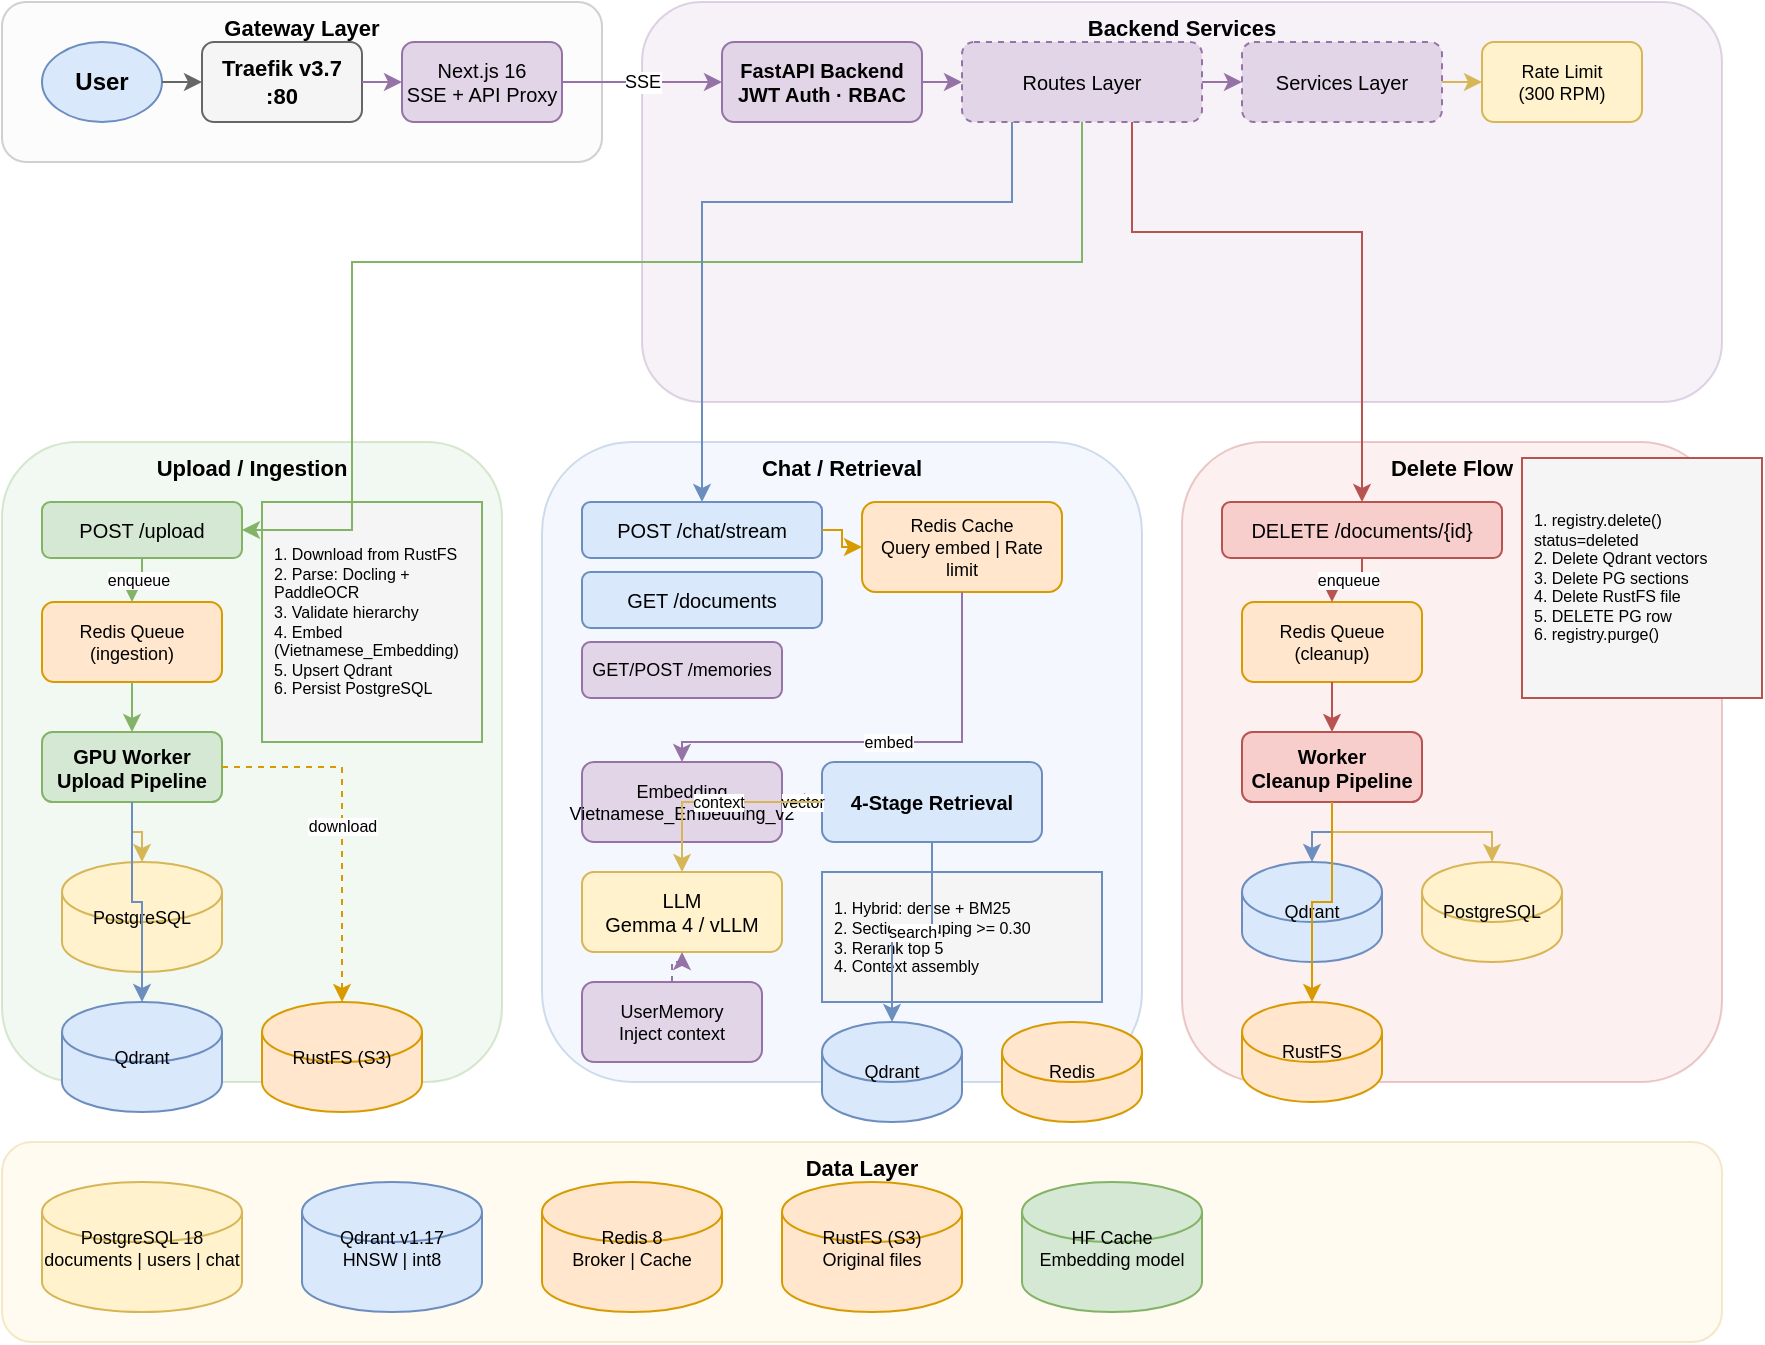
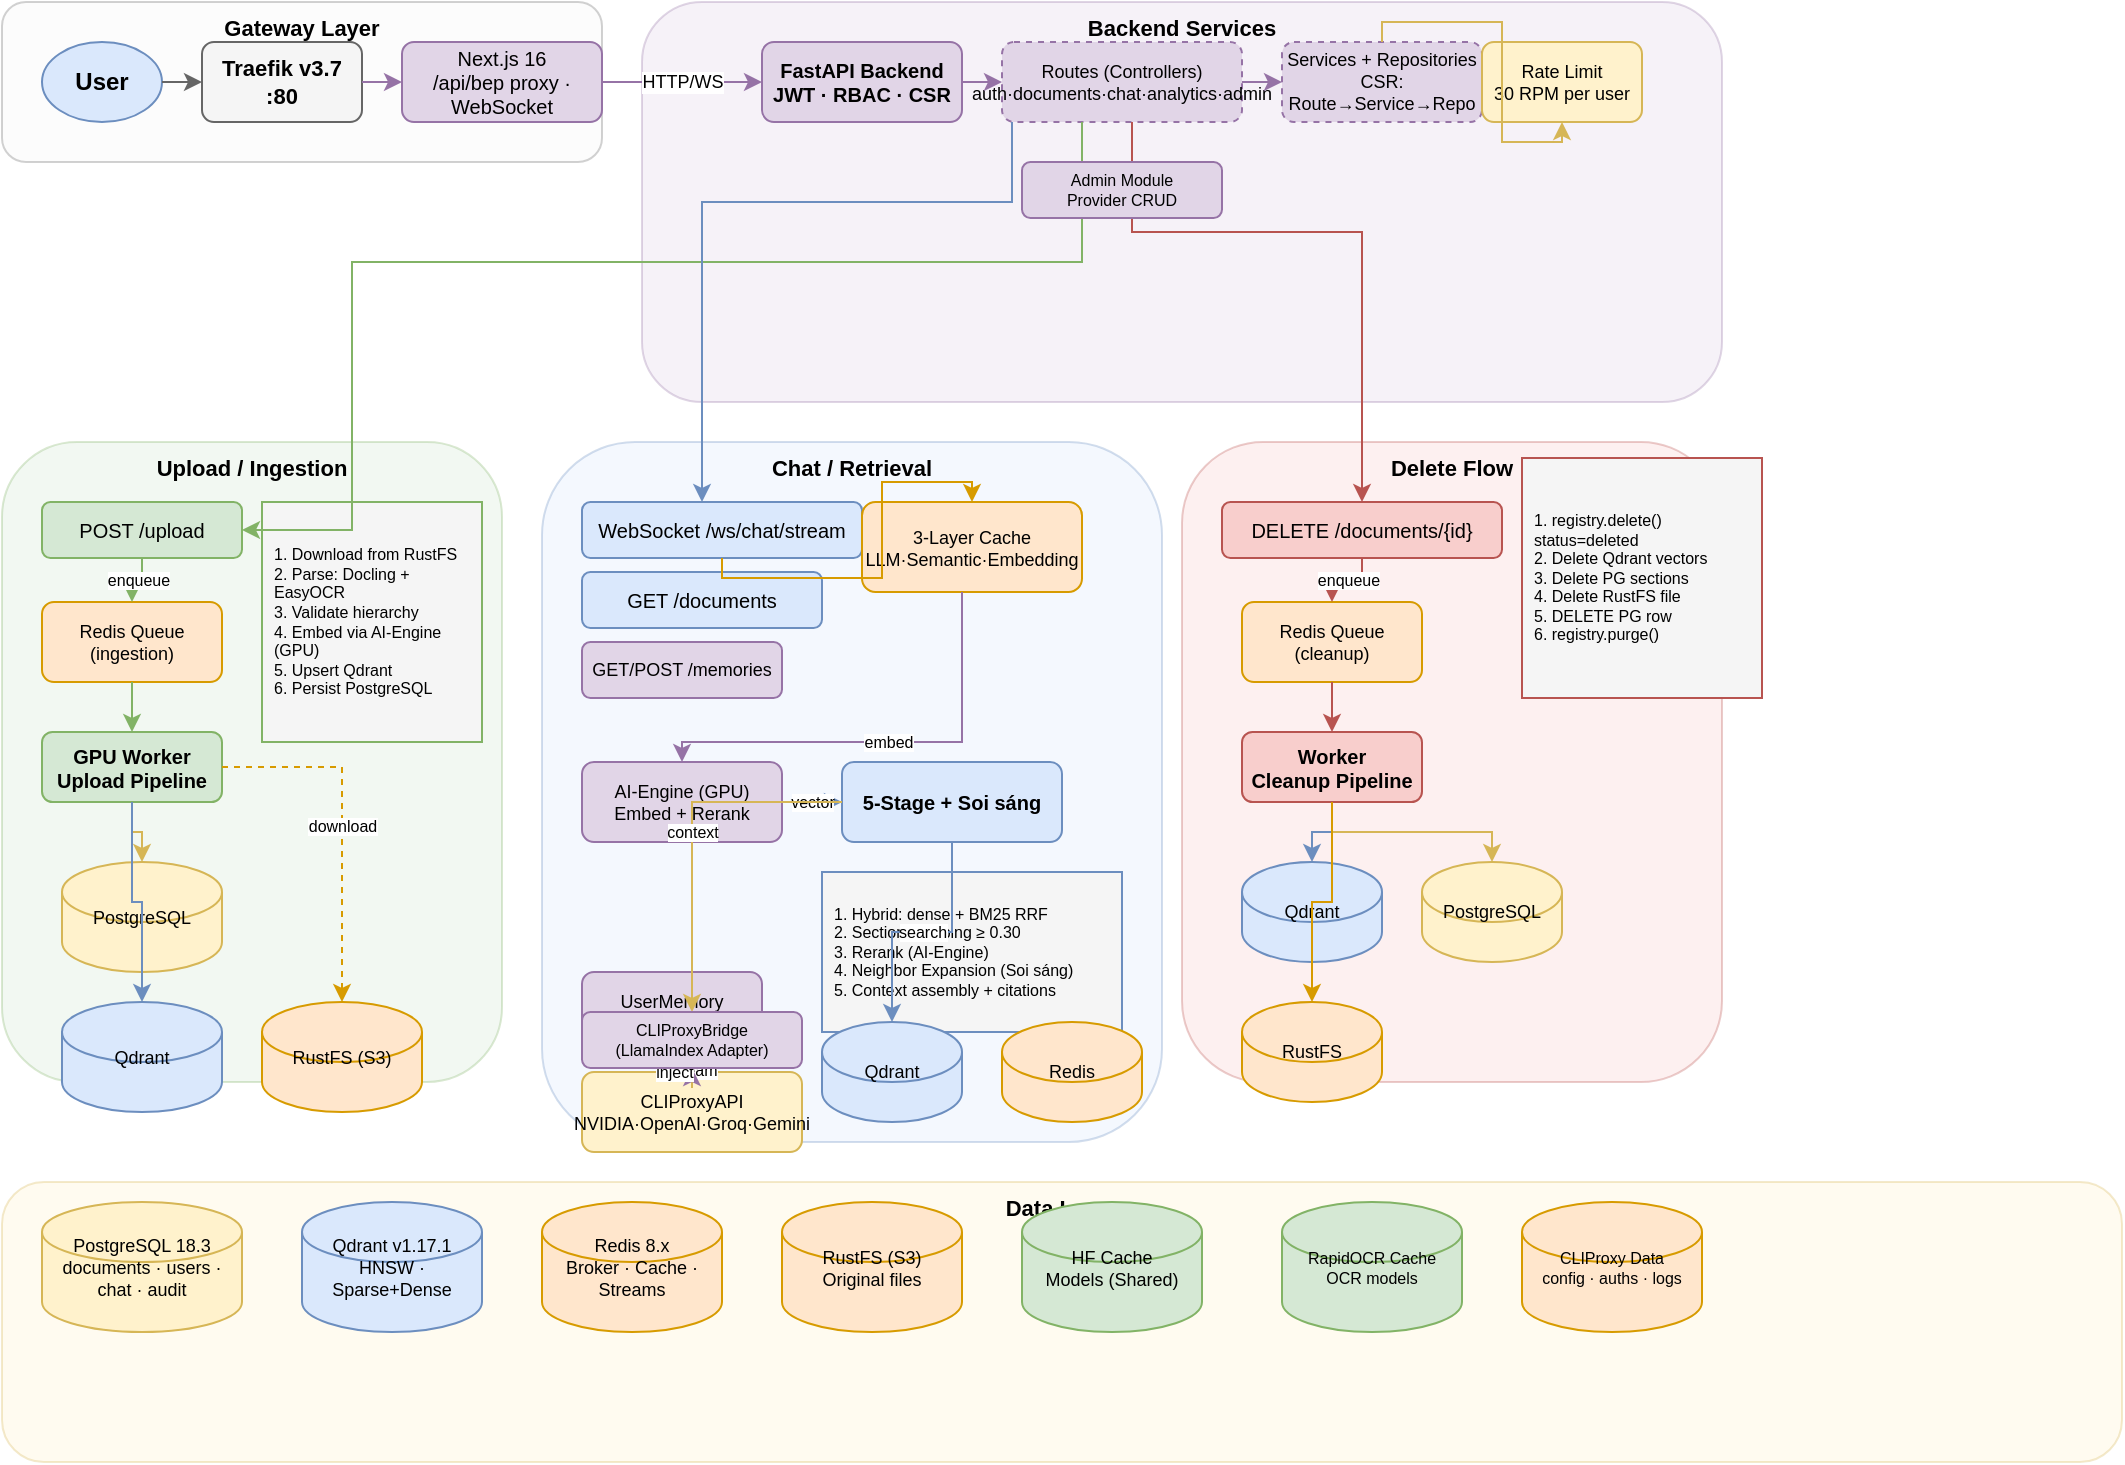
<mxfile host="65bd71144e">
    <diagram name="chatbot-rag Architecture" id="main">
        <mxGraphModel dx="964" dy="573" grid="1" gridSize="15" guides="1" tooltips="1" connect="1" arrows="1" fold="1" page="1" pageScale="1" pageWidth="1200" pageHeight="800" math="0" shadow="0">
            <root>
                <mxCell id="0"/>
                <mxCell id="1" parent="0"/>
                <mxCell id="zone_gateway" value="Gateway Layer" style="rounded=1;whiteSpace=wrap;html=1;fillColor=#f5f5f5;strokeColor=#666666;opacity=30;fontSize=11;fontStyle=1;verticalAlign=top;" parent="1" vertex="1">
                    <mxGeometry x="20" y="20" width="300" height="80" as="geometry"/>
                </mxCell>
                <mxCell id="zone_backend" value="Backend Services" style="rounded=1;whiteSpace=wrap;html=1;fillColor=#e1d5e7;strokeColor=#9673a6;opacity=30;fontSize=11;fontStyle=1;verticalAlign=top;" parent="1" vertex="1">
                    <mxGeometry x="340" y="20" width="540" height="200" as="geometry"/>
                </mxCell>
                <mxCell id="zone_ingestion" value="Upload / Ingestion" style="rounded=1;whiteSpace=wrap;html=1;fillColor=#d5e8d4;strokeColor=#82b366;opacity=30;fontSize=11;fontStyle=1;verticalAlign=top;" parent="1" vertex="1">
                    <mxGeometry x="20" y="240" width="250" height="320" as="geometry"/>
                </mxCell>
                <mxCell id="zone_chat" value="Chat / Retrieval" style="rounded=1;whiteSpace=wrap;html=1;fillColor=#dae8fc;strokeColor=#6c8ebf;opacity=30;fontSize=11;fontStyle=1;verticalAlign=top;" parent="1" vertex="1">
-                     <mxGeometry x="290" y="240" width="300" height="320" as="geometry"/>
+                     <mxGeometry x="290" y="240" width="310" height="350" as="geometry"/>
                </mxCell>
                <mxCell id="zone_delete" value="Delete Flow" style="rounded=1;whiteSpace=wrap;html=1;fillColor=#f8cecc;strokeColor=#b85450;opacity=30;fontSize=11;fontStyle=1;verticalAlign=top;" parent="1" vertex="1">
                    <mxGeometry x="610" y="240" width="270" height="320" as="geometry"/>
                </mxCell>
                <mxCell id="zone_data" value="Data Layer" style="rounded=1;whiteSpace=wrap;html=1;fillColor=#fff2cc;strokeColor=#d6b656;opacity=30;fontSize=11;fontStyle=1;verticalAlign=top;" parent="1" vertex="1">
-                     <mxGeometry x="20" y="590" width="860" height="100" as="geometry"/>
+                     <mxGeometry x="20" y="610" width="1060" height="140" as="geometry"/>
                </mxCell>
                <mxCell id="user" value="User" style="ellipse;whiteSpace=wrap;html=1;fillColor=#dae8fc;strokeColor=#6c8ebf;fontStyle=1;fontSize=12;" parent="1" vertex="1">
                    <mxGeometry x="40" y="40" width="60" height="40" as="geometry"/>
                </mxCell>
                <mxCell id="traefik" value="Traefik v3.7 :80" style="rounded=1;whiteSpace=wrap;html=1;fillColor=#f5f5f5;strokeColor=#666666;fontStyle=1;fontSize=11;" parent="1" vertex="1">
                    <mxGeometry x="120" y="40" width="80" height="40" as="geometry"/>
                </mxCell>
-                 <mxCell id="nextjs" value="Next.js 16&#xa;SSE + API Proxy" style="rounded=1;whiteSpace=wrap;html=1;fillColor=#e1d5e7;strokeColor=#9673a6;fontSize=10;" parent="1" vertex="1">
-                     <mxGeometry x="220" y="40" width="80" height="40" as="geometry"/>
-                 </mxCell>
-                 <mxCell id="api" value="FastAPI Backend&#xa;JWT Auth · RBAC" style="rounded=1;whiteSpace=wrap;html=1;fillColor=#e1d5e7;strokeColor=#9673a6;fontStyle=1;fontSize=10;" parent="1" vertex="1">
-                     <mxGeometry x="380" y="40" width="100" height="40" as="geometry"/>
-                 </mxCell>
-                 <mxCell id="routes" value="Routes Layer" style="rounded=1;whiteSpace=wrap;html=1;fillColor=#e1d5e7;strokeColor=#9673a6;fontSize=10;dashed=1;" parent="1" vertex="1">
-                     <mxGeometry x="500" y="40" width="120" height="40" as="geometry"/>
-                 </mxCell>
-                 <mxCell id="services" value="Services Layer" style="rounded=1;whiteSpace=wrap;html=1;fillColor=#e1d5e7;strokeColor=#9673a6;fontSize=10;dashed=1;" parent="1" vertex="1">
-                     <mxGeometry x="640" y="40" width="100" height="40" as="geometry"/>
-                 </mxCell>
-                 <mxCell id="rate_limit" value="Rate Limit&#xa;(300 RPM)" style="rounded=1;whiteSpace=wrap;html=1;fillColor=#fff2cc;strokeColor=#d6b656;fontSize=9;" parent="1" vertex="1">
+                 <mxCell id="nextjs" value="Next.js 16&#xa;/api/bep proxy · WebSocket" style="rounded=1;whiteSpace=wrap;html=1;fillColor=#e1d5e7;strokeColor=#9673a6;fontSize=10;" parent="1" vertex="1">
+                     <mxGeometry x="220" y="40" width="100" height="40" as="geometry"/>
+                 </mxCell>
+                 <mxCell id="api" value="FastAPI Backend&#xa;JWT · RBAC · CSR" style="rounded=1;whiteSpace=wrap;html=1;fillColor=#e1d5e7;strokeColor=#9673a6;fontStyle=1;fontSize=10;" parent="1" vertex="1">
+                     <mxGeometry x="400" y="40" width="100" height="40" as="geometry"/>
+                 </mxCell>
+                 <mxCell id="routes" value="Routes (Controllers)&#xa;auth·documents·chat·analytics·admin" style="rounded=1;whiteSpace=wrap;html=1;fillColor=#e1d5e7;strokeColor=#9673a6;fontSize=9;dashed=1;" parent="1" vertex="1">
+                     <mxGeometry x="520" y="40" width="120" height="40" as="geometry"/>
+                 </mxCell>
+                 <mxCell id="services" value="Services + Repositories&#xa;CSR: Route→Service→Repo" style="rounded=1;whiteSpace=wrap;html=1;fillColor=#e1d5e7;strokeColor=#9673a6;fontSize=9;dashed=1;" parent="1" vertex="1">
+                     <mxGeometry x="660" y="40" width="100" height="40" as="geometry"/>
+                 </mxCell>
+                 <mxCell id="rate_limit" value="Rate Limit&#xa;30 RPM per user" style="rounded=1;whiteSpace=wrap;html=1;fillColor=#fff2cc;strokeColor=#d6b656;fontSize=9;" parent="1" vertex="1">
                    <mxGeometry x="760" y="40" width="80" height="40" as="geometry"/>
                </mxCell>
                <mxCell id="r_upload" value="POST /upload" style="rounded=1;whiteSpace=wrap;html=1;fillColor=#d5e8d4;strokeColor=#82b366;fontSize=10;" parent="1" vertex="1">
                    <mxGeometry x="40" y="270" width="100" height="28" as="geometry"/>
                </mxCell>
                <mxCell id="q_ing" value="Redis Queue&#xa;(ingestion)" style="rounded=1;whiteSpace=wrap;html=1;fillColor=#ffe6cc;strokeColor=#d79b00;fontSize=9;" parent="1" vertex="1">
                    <mxGeometry x="40" y="320" width="90" height="40" as="geometry"/>
                </mxCell>
                <mxCell id="w_ing" value="GPU Worker&#xa;Upload Pipeline" style="rounded=1;whiteSpace=wrap;html=1;fillColor=#d5e8d4;strokeColor=#82b366;fontStyle=1;fontSize=10;" parent="1" vertex="1">
                    <mxGeometry x="40" y="385" width="90" height="35" as="geometry"/>
                </mxCell>
-                 <mxCell id="ing_steps" value="1. Download from RustFS&#xa;2. Parse: Docling + PaddleOCR&#xa;3. Validate hierarchy&#xa;4. Embed (Vietnamese_Embedding)&#xa;5. Upsert Qdrant&#xa;6. Persist PostgreSQL" style="rounded=0;whiteSpace=wrap;html=1;fillColor=#f5f5f5;strokeColor=#82b366;fontSize=8;align=left;spacingLeft=4;" parent="1" vertex="1">
+                 <mxCell id="ing_steps" value="1. Download from RustFS&#xa;2. Parse: Docling + EasyOCR&#xa;3. Validate hierarchy&#xa;4. Embed via AI-Engine (GPU)&#xa;5. Upsert Qdrant&#xa;6. Persist PostgreSQL" style="rounded=0;whiteSpace=wrap;html=1;fillColor=#f5f5f5;strokeColor=#82b366;fontSize=8;align=left;spacingLeft=4;" parent="1" vertex="1">
                    <mxGeometry x="150" y="270" width="110" height="120" as="geometry"/>
                </mxCell>
                <mxCell id="pg_ing" value="PostgreSQL" style="shape=cylinder3;whiteSpace=wrap;html=1;fillColor=#fff2cc;strokeColor=#d6b656;fontSize=9;" parent="1" vertex="1">
                    <mxGeometry x="50" y="450" width="80" height="55" as="geometry"/>
                </mxCell>
                <mxCell id="qdrant_ing" value="Qdrant" style="shape=cylinder3;whiteSpace=wrap;html=1;fillColor=#dae8fc;strokeColor=#6c8ebf;fontSize=9;" parent="1" vertex="1">
                    <mxGeometry x="50" y="520" width="80" height="55" as="geometry"/>
                </mxCell>
                <mxCell id="rustfs_ing" value="RustFS (S3)" style="shape=cylinder3;whiteSpace=wrap;html=1;fillColor=#ffe6cc;strokeColor=#d79b00;fontSize=9;" parent="1" vertex="1">
                    <mxGeometry x="150" y="520" width="80" height="55" as="geometry"/>
                </mxCell>
-                 <mxCell id="r_chat" value="POST /chat/stream" style="rounded=1;whiteSpace=wrap;html=1;fillColor=#dae8fc;strokeColor=#6c8ebf;fontSize=10;" parent="1" vertex="1">
-                     <mxGeometry x="310" y="270" width="120" height="28" as="geometry"/>
+                 <mxCell id="r_chat" value="WebSocket /ws/chat/stream" style="rounded=1;whiteSpace=wrap;html=1;fillColor=#dae8fc;strokeColor=#6c8ebf;fontSize=10;" parent="1" vertex="1">
+                     <mxGeometry x="310" y="270" width="140" height="28" as="geometry"/>
                </mxCell>
                <mxCell id="r_docs" value="GET /documents" style="rounded=1;whiteSpace=wrap;html=1;fillColor=#dae8fc;strokeColor=#6c8ebf;fontSize=10;" parent="1" vertex="1">
                    <mxGeometry x="310" y="305" width="120" height="28" as="geometry"/>
                </mxCell>
                <mxCell id="r_memories" value="GET/POST /memories" style="rounded=1;whiteSpace=wrap;html=1;fillColor=#e1d5e7;strokeColor=#9673a6;fontSize=9;" parent="1" vertex="1">
                    <mxGeometry x="310" y="340" width="100" height="28" as="geometry"/>
                </mxCell>
-                 <mxCell id="redis_cache" value="Redis Cache&#xa;Query embed | Rate limit" style="rounded=1;whiteSpace=wrap;html=1;fillColor=#ffe6cc;strokeColor=#d79b00;fontSize=9;" parent="1" vertex="1">
-                     <mxGeometry x="450" y="270" width="100" height="45" as="geometry"/>
-                 </mxCell>
-                 <mxCell id="embedding" value="Embedding&#xa;Vietnamese_Embedding_v2" style="rounded=1;whiteSpace=wrap;html=1;fillColor=#e1d5e7;strokeColor=#9673a6;fontSize=9;" parent="1" vertex="1">
+                 <mxCell id="redis_cache" value="3-Layer Cache&#xa;LLM·Semantic·Embedding" style="rounded=1;whiteSpace=wrap;html=1;fillColor=#ffe6cc;strokeColor=#d79b00;fontSize=9;" parent="1" vertex="1">
+                     <mxGeometry x="450" y="270" width="110" height="45" as="geometry"/>
+                 </mxCell>
+                 <mxCell id="embedding" value="AI-Engine (GPU)&#xa;Embed + Rerank" style="rounded=1;whiteSpace=wrap;html=1;fillColor=#e1d5e7;strokeColor=#9673a6;fontSize=9;" parent="1" vertex="1">
                    <mxGeometry x="310" y="400" width="100" height="40" as="geometry"/>
                </mxCell>
-                 <mxCell id="retrieval" value="4-Stage Retrieval" style="rounded=1;whiteSpace=wrap;html=1;fillColor=#dae8fc;strokeColor=#6c8ebf;fontStyle=1;fontSize=10;" parent="1" vertex="1">
-                     <mxGeometry x="430" y="400" width="110" height="40" as="geometry"/>
-                 </mxCell>
-                 <mxCell id="ret_steps" value="1. Hybrid: dense + BM25&#xa;2. Section grouping &gt;= 0.30&#xa;3. Rerank top 5&#xa;4. Context assembly" style="rounded=0;whiteSpace=wrap;html=1;fillColor=#f5f5f5;strokeColor=#6c8ebf;fontSize=8;align=left;spacingLeft=4;" parent="1" vertex="1">
-                     <mxGeometry x="430" y="455" width="140" height="65" as="geometry"/>
-                 </mxCell>
-                 <mxCell id="llm" value="LLM&#xa;Gemma 4 / vLLM" style="rounded=1;whiteSpace=wrap;html=1;fillColor=#fff2cc;strokeColor=#d6b656;fontSize=10;" parent="1" vertex="1">
-                     <mxGeometry x="310" y="455" width="100" height="40" as="geometry"/>
+                 <mxCell id="retrieval" value="5-Stage + Soi sáng" style="rounded=1;whiteSpace=wrap;html=1;fillColor=#dae8fc;strokeColor=#6c8ebf;fontStyle=1;fontSize=10;" parent="1" vertex="1">
+                     <mxGeometry x="440" y="400" width="110" height="40" as="geometry"/>
+                 </mxCell>
+                 <mxCell id="ret_steps" value="1. Hybrid: dense + BM25 RRF&#xa;2. Section grouping ≥ 0.30&#xa;3. Rerank (AI-Engine)&#xa;4. Neighbor Expansion (Soi sáng)&#xa;5. Context assembly + citations" style="rounded=0;whiteSpace=wrap;html=1;fillColor=#f5f5f5;strokeColor=#6c8ebf;fontSize=8;align=left;spacingLeft=4;" parent="1" vertex="1">
+                     <mxGeometry x="430" y="455" width="150" height="80" as="geometry"/>
+                 </mxCell>
+                 <mxCell id="llm" value="CLIProxyAPI&#xa;NVIDIA·OpenAI·Groq·Gemini" style="rounded=1;whiteSpace=wrap;html=1;fillColor=#fff2cc;strokeColor=#d6b656;fontSize=9;" parent="1" vertex="1">
+                     <mxGeometry x="310" y="555" width="110" height="40" as="geometry"/>
                </mxCell>
                <mxCell id="memory_svc" value="UserMemory&#xa;Inject context" style="rounded=1;whiteSpace=wrap;html=1;fillColor=#e1d5e7;strokeColor=#9673a6;fontSize=9;" parent="1" vertex="1">
-                     <mxGeometry x="310" y="510" width="90" height="40" as="geometry"/>
+                     <mxGeometry x="310" y="505" width="90" height="40" as="geometry"/>
                </mxCell>
                <mxCell id="qdrant_chat" value="Qdrant" style="shape=cylinder3;whiteSpace=wrap;html=1;fillColor=#dae8fc;strokeColor=#6c8ebf;fontSize=9;" parent="1" vertex="1">
                    <mxGeometry x="430" y="530" width="70" height="50" as="geometry"/>
                </mxCell>
                <mxCell id="redis_chat" value="Redis" style="shape=cylinder3;whiteSpace=wrap;html=1;fillColor=#ffe6cc;strokeColor=#d79b00;fontSize=9;" parent="1" vertex="1">
                    <mxGeometry x="520" y="530" width="70" height="50" as="geometry"/>
                </mxCell>
                <mxCell id="r_del" value="DELETE /documents/{id}" style="rounded=1;whiteSpace=wrap;html=1;fillColor=#f8cecc;strokeColor=#b85450;fontSize=10;" parent="1" vertex="1">
                    <mxGeometry x="630" y="270" width="140" height="28" as="geometry"/>
                </mxCell>
                <mxCell id="q_del" value="Redis Queue&#xa;(cleanup)" style="rounded=1;whiteSpace=wrap;html=1;fillColor=#ffe6cc;strokeColor=#d79b00;fontSize=9;" parent="1" vertex="1">
                    <mxGeometry x="640" y="320" width="90" height="40" as="geometry"/>
                </mxCell>
                <mxCell id="w_del" value="Worker&#xa;Cleanup Pipeline" style="rounded=1;whiteSpace=wrap;html=1;fillColor=#f8cecc;strokeColor=#b85450;fontStyle=1;fontSize=10;" parent="1" vertex="1">
                    <mxGeometry x="640" y="385" width="90" height="35" as="geometry"/>
                </mxCell>
                <mxCell id="del_steps" value="1. registry.delete()&#xa;   status=deleted&#xa;2. Delete Qdrant vectors&#xa;3. Delete PG sections&#xa;4. Delete RustFS file&#xa;5. DELETE PG row&#xa;6. registry.purge()" style="rounded=0;whiteSpace=wrap;html=1;fillColor=#f5f5f5;strokeColor=#b85450;fontSize=8;align=left;spacingLeft=4;" parent="1" vertex="1">
                    <mxGeometry x="780" y="248" width="120" height="120" as="geometry"/>
                </mxCell>
                <mxCell id="qdrant_del" value="Qdrant" style="shape=cylinder3;whiteSpace=wrap;html=1;fillColor=#dae8fc;strokeColor=#6c8ebf;fontSize=9;" parent="1" vertex="1">
                    <mxGeometry x="640" y="450" width="70" height="50" as="geometry"/>
                </mxCell>
                <mxCell id="pg_del" value="PostgreSQL" style="shape=cylinder3;whiteSpace=wrap;html=1;fillColor=#fff2cc;strokeColor=#d6b656;fontSize=9;" parent="1" vertex="1">
                    <mxGeometry x="730" y="450" width="70" height="50" as="geometry"/>
                </mxCell>
                <mxCell id="rustfs_del" value="RustFS" style="shape=cylinder3;whiteSpace=wrap;html=1;fillColor=#ffe6cc;strokeColor=#d79b00;fontSize=9;" parent="1" vertex="1">
                    <mxGeometry x="640" y="520" width="70" height="50" as="geometry"/>
                </mxCell>
-                 <mxCell id="pg" value="PostgreSQL 18&#xa;documents | users | chat" style="shape=cylinder3;whiteSpace=wrap;html=1;fillColor=#fff2cc;strokeColor=#d6b656;fontSize=9;" parent="1" vertex="1">
-                     <mxGeometry x="40" y="610" width="100" height="65" as="geometry"/>
-                 </mxCell>
-                 <mxCell id="qdrant" value="Qdrant v1.17&#xa;HNSW | int8" style="shape=cylinder3;whiteSpace=wrap;html=1;fillColor=#dae8fc;strokeColor=#6c8ebf;fontSize=9;" parent="1" vertex="1">
-                     <mxGeometry x="170" y="610" width="90" height="65" as="geometry"/>
-                 </mxCell>
-                 <mxCell id="redis" value="Redis 8&#xa;Broker | Cache" style="shape=cylinder3;whiteSpace=wrap;html=1;fillColor=#ffe6cc;strokeColor=#d79b00;fontSize=9;" parent="1" vertex="1">
-                     <mxGeometry x="290" y="610" width="90" height="65" as="geometry"/>
+                 <mxCell id="pg" value="PostgreSQL 18.3&#xa;documents · users · chat · audit" style="shape=cylinder3;whiteSpace=wrap;html=1;fillColor=#fff2cc;strokeColor=#d6b656;fontSize=9;" parent="1" vertex="1">
+                     <mxGeometry x="40" y="620" width="100" height="65" as="geometry"/>
+                 </mxCell>
+                 <mxCell id="qdrant" value="Qdrant v1.17.1&#xa;HNSW · Sparse+Dense" style="shape=cylinder3;whiteSpace=wrap;html=1;fillColor=#dae8fc;strokeColor=#6c8ebf;fontSize=9;" parent="1" vertex="1">
+                     <mxGeometry x="170" y="620" width="90" height="65" as="geometry"/>
+                 </mxCell>
+                 <mxCell id="redis" value="Redis 8.x&#xa;Broker · Cache · Streams" style="shape=cylinder3;whiteSpace=wrap;html=1;fillColor=#ffe6cc;strokeColor=#d79b00;fontSize=9;" parent="1" vertex="1">
+                     <mxGeometry x="290" y="620" width="90" height="65" as="geometry"/>
                </mxCell>
                <mxCell id="rustfs" value="RustFS (S3)&#xa;Original files" style="shape=cylinder3;whiteSpace=wrap;html=1;fillColor=#ffe6cc;strokeColor=#d79b00;fontSize=9;" parent="1" vertex="1">
-                     <mxGeometry x="410" y="610" width="90" height="65" as="geometry"/>
-                 </mxCell>
-                 <mxCell id="hf_cache" value="HF Cache&#xa;Embedding model" style="shape=cylinder3;whiteSpace=wrap;html=1;fillColor=#d5e8d4;strokeColor=#82b366;fontSize=9;" parent="1" vertex="1">
-                     <mxGeometry x="530" y="610" width="90" height="65" as="geometry"/>
+                     <mxGeometry x="410" y="620" width="90" height="65" as="geometry"/>
+                 </mxCell>
+                 <mxCell id="hf_cache" value="HF Cache&#xa;Models (Shared)" style="shape=cylinder3;whiteSpace=wrap;html=1;fillColor=#d5e8d4;strokeColor=#82b366;fontSize=9;" parent="1" vertex="1">
+                     <mxGeometry x="530" y="620" width="90" height="65" as="geometry"/>
                </mxCell>
                <mxCell id="e1" value="" style="edgeStyle=orthogonalEdgeStyle;rounded=0;html=1;strokeColor=#666666;" parent="1" source="user" target="traefik" edge="1">
                    <mxGeometry relative="1" as="geometry"/>
                </mxCell>
                <mxCell id="e2" value="" style="edgeStyle=orthogonalEdgeStyle;rounded=0;html=1;strokeColor=#9673a6;" parent="1" source="traefik" target="nextjs" edge="1">
                    <mxGeometry relative="1" as="geometry"/>
                </mxCell>
-                 <mxCell id="e3" value="SSE" style="edgeStyle=orthogonalEdgeStyle;rounded=0;html=1;strokeColor=#9673a6;fontSize=9;" parent="1" source="nextjs" target="api" edge="1">
+                 <mxCell id="e3" value="HTTP/WS" style="edgeStyle=orthogonalEdgeStyle;rounded=0;html=1;strokeColor=#9673a6;fontSize=9;" parent="1" source="nextjs" target="api" edge="1">
                    <mxGeometry relative="1" as="geometry"/>
                </mxCell>
                <mxCell id="e4" value="" style="edgeStyle=orthogonalEdgeStyle;rounded=0;html=1;strokeColor=#9673a6;" parent="1" source="api" target="routes" edge="1">
                    <mxGeometry relative="1" as="geometry"/>
                </mxCell>
                <mxCell id="e5" value="" style="edgeStyle=orthogonalEdgeStyle;rounded=0;html=1;strokeColor=#9673a6;" parent="1" source="routes" target="services" edge="1">
                    <mxGeometry relative="1" as="geometry"/>
                </mxCell>
                <mxCell id="e6" value="" style="edgeStyle=orthogonalEdgeStyle;rounded=0;html=1;strokeColor=#d6b656;" parent="1" source="services" target="rate_limit" edge="1">
                    <mxGeometry relative="1" as="geometry"/>
                </mxCell>
                <mxCell id="e7" value="" style="edgeStyle=orthogonalEdgeStyle;rounded=0;html=1;strokeColor=#82b366;" parent="1" source="routes" target="r_upload" edge="1">
                    <mxGeometry relative="1" as="geometry">
                        <Array as="points">
                            <mxPoint x="560" y="150"/>
                            <mxPoint x="195" y="150"/>
                            <mxPoint x="195" y="284"/>
                        </Array>
                    </mxGeometry>
                </mxCell>
                <mxCell id="e8" value="enqueue" style="edgeStyle=orthogonalEdgeStyle;rounded=0;html=1;strokeColor=#82b366;fontSize=8;" parent="1" source="r_upload" target="q_ing" edge="1">
                    <mxGeometry relative="1" as="geometry"/>
                </mxCell>
                <mxCell id="e9" value="" style="edgeStyle=orthogonalEdgeStyle;rounded=0;html=1;strokeColor=#82b366;" parent="1" source="q_ing" target="w_ing" edge="1">
                    <mxGeometry relative="1" as="geometry"/>
                </mxCell>
                <mxCell id="e10" value="" style="edgeStyle=orthogonalEdgeStyle;rounded=0;html=1;strokeColor=#d6b656;" parent="1" source="w_ing" target="pg_ing" edge="1">
                    <mxGeometry relative="1" as="geometry"/>
                </mxCell>
                <mxCell id="e11" value="" style="edgeStyle=orthogonalEdgeStyle;rounded=0;html=1;strokeColor=#6c8ebf;" parent="1" source="w_ing" target="qdrant_ing" edge="1">
                    <mxGeometry relative="1" as="geometry"/>
                </mxCell>
                <mxCell id="e12" value="download" style="edgeStyle=orthogonalEdgeStyle;rounded=0;html=1;strokeColor=#d79b00;fontSize=8;dashed=1;" parent="1" source="w_ing" target="rustfs_ing" edge="1">
                    <mxGeometry relative="1" as="geometry"/>
                </mxCell>
                <mxCell id="e13" value="" style="edgeStyle=orthogonalEdgeStyle;rounded=0;html=1;strokeColor=#6c8ebf;" parent="1" source="routes" target="r_chat" edge="1">
                    <mxGeometry relative="1" as="geometry">
                        <Array as="points">
                            <mxPoint x="525" y="120"/>
                            <mxPoint x="370" y="120"/>
                        </Array>
                    </mxGeometry>
                </mxCell>
                <mxCell id="e14" value="" style="edgeStyle=orthogonalEdgeStyle;rounded=0;html=1;strokeColor=#d79b00;" parent="1" source="r_chat" target="redis_cache" edge="1">
                    <mxGeometry relative="1" as="geometry"/>
                </mxCell>
                <mxCell id="e15" value="embed" style="edgeStyle=orthogonalEdgeStyle;rounded=0;html=1;strokeColor=#9673a6;fontSize=8;" parent="1" source="redis_cache" target="embedding" edge="1">
                    <mxGeometry relative="1" as="geometry">
                        <Array as="points">
                            <mxPoint x="500" y="390"/>
                            <mxPoint x="360" y="390"/>
                        </Array>
                    </mxGeometry>
                </mxCell>
                <mxCell id="e16" value="vector" style="edgeStyle=orthogonalEdgeStyle;rounded=0;html=1;strokeColor=#6c8ebf;fontSize=8;" parent="1" source="embedding" target="retrieval" edge="1">
                    <mxGeometry relative="1" as="geometry"/>
                </mxCell>
-                 <mxCell id="e17" value="context" style="edgeStyle=orthogonalEdgeStyle;rounded=0;html=1;strokeColor=#d6b656;fontSize=8;" parent="1" source="retrieval" target="llm" edge="1">
-                     <mxGeometry relative="1" as="geometry"/>
-                 </mxCell>
-                 <mxCell id="e18" value="" style="edgeStyle=orthogonalEdgeStyle;rounded=0;html=1;strokeColor=#9673a6;dashed=1;" parent="1" source="memory_svc" target="llm" edge="1">
+                 <mxCell id="e17" value="context" style="edgeStyle=orthogonalEdgeStyle;rounded=0;html=1;strokeColor=#d6b656;fontSize=8;" parent="1" source="retrieval" target="cliproxy_bridge" edge="1">
+                     <mxGeometry relative="1" as="geometry"/>
+                 </mxCell>
+                 <mxCell id="e26" value="stream" style="edgeStyle=orthogonalEdgeStyle;rounded=0;html=1;strokeColor=#d6b656;fontSize=8;" parent="1" source="cliproxy_bridge" target="llm" edge="1">
+                     <mxGeometry relative="1" as="geometry"/>
+                 </mxCell>
+                 <mxCell id="e18" value="inject" style="edgeStyle=orthogonalEdgeStyle;rounded=0;html=1;strokeColor=#9673a6;fontSize=8;dashed=1;" parent="1" source="memory_svc" target="cliproxy_bridge" edge="1">
                    <mxGeometry relative="1" as="geometry"/>
                </mxCell>
                <mxCell id="e19" value="search" style="edgeStyle=orthogonalEdgeStyle;rounded=0;html=1;strokeColor=#6c8ebf;fontSize=8;" parent="1" source="retrieval" target="qdrant_chat" edge="1">
                    <mxGeometry relative="1" as="geometry"/>
                </mxCell>
                <mxCell id="e20" value="" style="edgeStyle=orthogonalEdgeStyle;rounded=0;html=1;strokeColor=#b85450;" parent="1" source="routes" target="r_del" edge="1">
                    <mxGeometry relative="1" as="geometry">
                        <Array as="points">
                            <mxPoint x="585" y="135"/>
                            <mxPoint x="700" y="135"/>
                        </Array>
                    </mxGeometry>
                </mxCell>
                <mxCell id="e21" value="enqueue" style="edgeStyle=orthogonalEdgeStyle;rounded=0;html=1;strokeColor=#b85450;fontSize=8;" parent="1" source="r_del" target="q_del" edge="1">
                    <mxGeometry relative="1" as="geometry"/>
                </mxCell>
                <mxCell id="e22" value="" style="edgeStyle=orthogonalEdgeStyle;rounded=0;html=1;strokeColor=#b85450;" parent="1" source="q_del" target="w_del" edge="1">
                    <mxGeometry relative="1" as="geometry"/>
                </mxCell>
                <mxCell id="e23" value="" style="edgeStyle=orthogonalEdgeStyle;rounded=0;html=1;strokeColor=#6c8ebf;" parent="1" source="w_del" target="qdrant_del" edge="1">
                    <mxGeometry relative="1" as="geometry"/>
                </mxCell>
                <mxCell id="e24" value="" style="edgeStyle=orthogonalEdgeStyle;rounded=0;html=1;strokeColor=#d6b656;" parent="1" source="w_del" target="pg_del" edge="1">
                    <mxGeometry relative="1" as="geometry"/>
                </mxCell>
                <mxCell id="e25" value="" style="edgeStyle=orthogonalEdgeStyle;rounded=0;html=1;strokeColor=#d79b00;" parent="1" source="w_del" target="rustfs_del" edge="1">
                    <mxGeometry relative="1" as="geometry"/>
+                 </mxCell>
+                 <mxCell id="cliproxy_bridge" value="CLIProxyBridge&#xa;(LlamaIndex Adapter)" style="rounded=1;whiteSpace=wrap;html=1;fillColor=#e1d5e7;strokeColor=#9673a6;fontSize=8;" parent="1" vertex="1">
+                     <mxGeometry x="310" y="525" width="110" height="28" as="geometry"/>
+                 </mxCell>
+                 <mxCell id="admin" value="Admin Module&#xa;Provider CRUD" style="rounded=1;whiteSpace=wrap;html=1;fillColor=#e1d5e7;strokeColor=#9673a6;fontSize=8;" parent="1" vertex="1">
+                     <mxGeometry x="530" y="100" width="100" height="28" as="geometry"/>
+                 </mxCell>
+                 <mxCell id="rapidocr_cache" value="RapidOCR Cache&#xa;OCR models" style="shape=cylinder3;whiteSpace=wrap;html=1;fillColor=#d5e8d4;strokeColor=#82b366;fontSize=8;" parent="1" vertex="1">
+                     <mxGeometry x="660" y="620" width="90" height="65" as="geometry"/>
+                 </mxCell>
+                 <mxCell id="cliproxy_data" value="CLIProxy Data&#xa;config · auths · logs" style="shape=cylinder3;whiteSpace=wrap;html=1;fillColor=#ffe6cc;strokeColor=#d79b00;fontSize=8;" parent="1" vertex="1">
+                     <mxGeometry x="780" y="620" width="90" height="65" as="geometry"/>
                </mxCell>
            </root>
        </mxGraphModel>
    </diagram>
</mxfile>